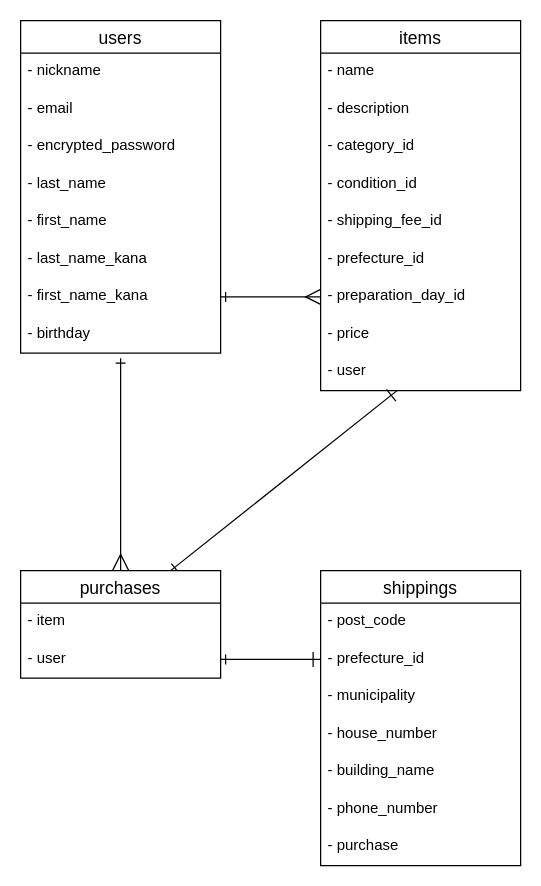
Before: ir.dio in yanagi1111/furima-41476, a draw.io diagram. Source tidied: cells renumbered, new cells numbered last; positions are measured from the earlier drawing's top-left corner, leaving out a move shared by most shapes. Both pictures are drawn from the tidied source at 125%, with x=0, y=0 at pixel (20, 20).
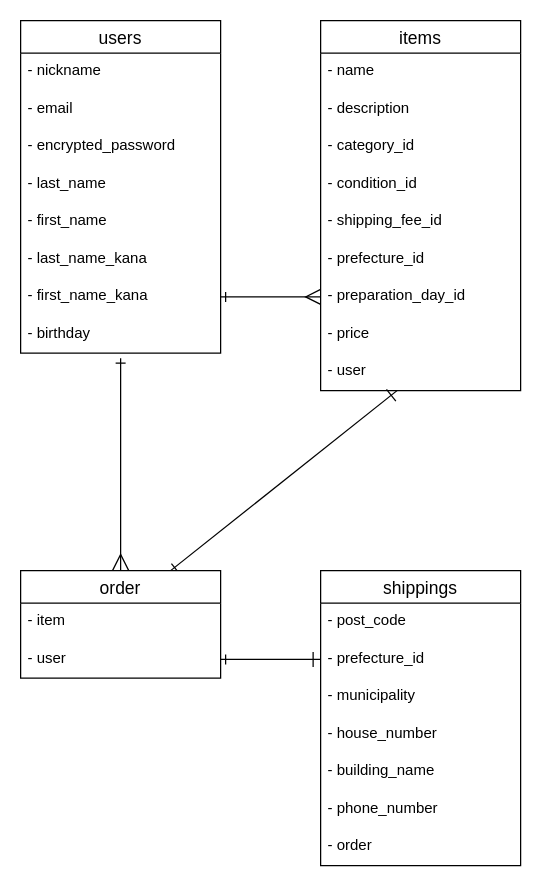
The same diagram, later.

Commit message (it also covers changes not shown here):
モデル名の変更

Unchanged cells that the change refers to:
```xml
<mxCell id="25" value="shippings" style="swimlane;fontStyle=0;horizontal=1;startSize=26;align=center;fontSize=14;" parent="1" vertex="1">
  <mxGeometry x="240" y="440" width="160" height="236" as="geometry" />
</mxCell>
```

What changed in the source:
```diff
@@
-    <mxCell id="22" value="purchases" style="swimlane;fontStyle=0;horizontal=1;startSize=26;align=center;fontSize=14;" parent="1" vertex="1">
+    <mxCell id="22" value="order" style="swimlane;fontStyle=0;horizontal=1;startSize=26;align=center;fontSize=14;" parent="1" vertex="1">
       <mxGeometry y="440" width="160" height="86" as="geometry" />
     </mxCell>
@@
-    <mxCell id="32" value="- purchase" style="text;strokeColor=none;fillColor=none;spacingLeft=4;spacingRight=4;overflow=hidden;fontSize=12;" parent="25" vertex="1">
+    <mxCell id="32" value="- order" style="text;strokeColor=none;fillColor=none;spacingLeft=4;spacingRight=4;overflow=hidden;fontSize=12;" parent="25" vertex="1">
       <mxGeometry y="206" width="160" height="30" as="geometry" />
     </mxCell>
```
